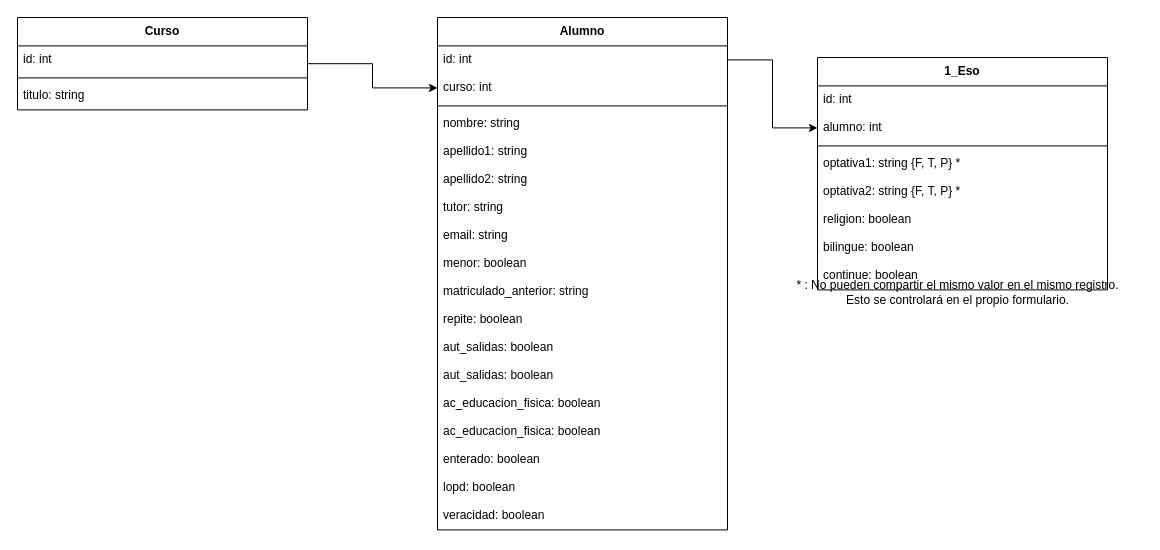
Before: Proyecto-Matricula-Online.drawio in Buhuk/diagramas, a draw.io diagram. Source tidied: cells renumbered, new cells numbered last; positions are measured from the earlier drawing's top-left corner, leaving out a move shared by most shapes. Both pictures are drawn from the tidied source at 100%, with x=0, y=0 at pixel (17, 17).
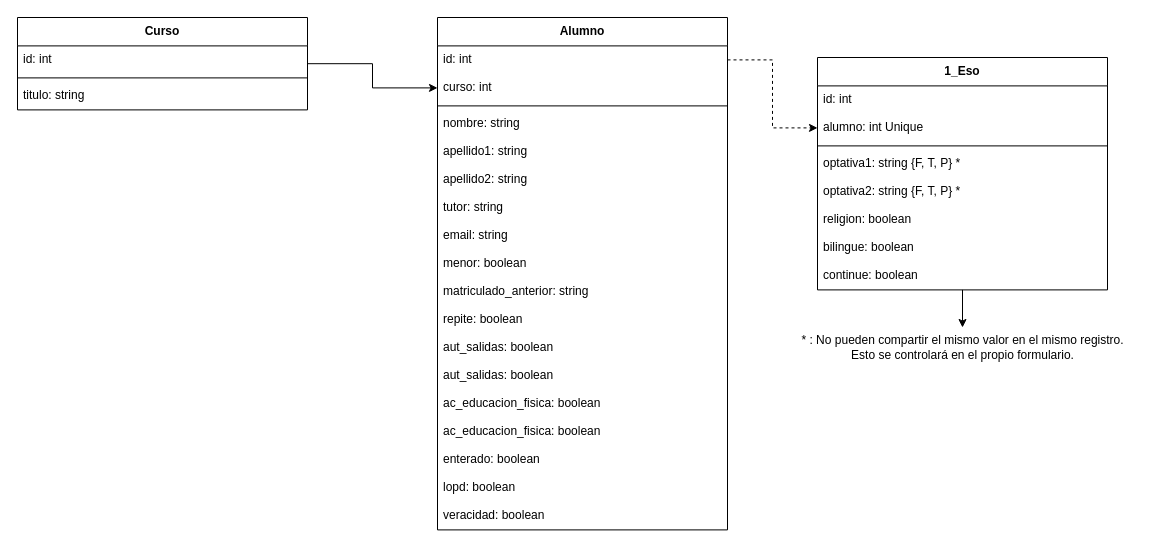
After the change.

Unchanged cells that the change refers to:
```xml
<mxCell id="3" value="id: int" style="text;strokeColor=none;fillColor=none;align=left;verticalAlign=top;spacingLeft=4;spacingRight=4;overflow=hidden;points=[[0,0.5],[1,0.5]];portConstraint=eastwest;" parent="2" vertex="1">
  <mxGeometry y="28.4" width="290" height="28" as="geometry" />
</mxCell>
<mxCell id="26" value="1_Eso" style="swimlane;fontStyle=1;align=center;verticalAlign=top;horizontal=1;startSize=28.4;" parent="1" vertex="1">
  <mxGeometry x="800" y="40" width="290" height="232.4" as="geometry" />
</mxCell>
```

Diff of the diagram source:
```diff
@@
+    <mxCell id="37" style="edgeStyle=orthogonalEdgeStyle;rounded=0;jettySize=auto;html=1;" parent="1" edge="1" source="26" target="36">
+      <mxGeometry relative="1" as="geometry" />
+    </mxCell>
@@
-    <mxCell id="28" value="alumno: int" style="text;strokeColor=none;fillColor=none;align=left;verticalAlign=top;spacingLeft=4;spacingRight=4;overflow=hidden;points=[[0,0.5],[1,0.5]];portConstraint=eastwest;" parent="26" vertex="1">
+    <mxCell id="28" value="alumno: int Unique" style="text;strokeColor=none;fillColor=none;align=left;verticalAlign=top;spacingLeft=4;spacingRight=4;overflow=hidden;points=[[0,0.5],[1,0.5]];portConstraint=eastwest;" parent="26" vertex="1">
       <mxGeometry y="56.4" width="290" height="28" as="geometry" />
     </mxCell>
@@
-    <mxCell id="35" style="edgeStyle=orthogonalEdgeStyle;rounded=0;jettySize=auto;html=1;exitX=1;exitY=0.5;exitDx=0;exitDy=0;" parent="1" edge="1" source="3" target="28">
+    <mxCell id="35" style="edgeStyle=orthogonalEdgeStyle;rounded=0;jettySize=auto;html=1;exitX=1;exitY=0.5;exitDx=0;exitDy=0;dashed=1;" parent="1" edge="1" source="3" target="28">
       <mxGeometry relative="1" as="geometry" />
     </mxCell>
     <mxCell id="36" value="* : No pueden compartir el mismo valor en el mismo registro.&lt;br&gt;Esto se controlará en el propio formulario." style="text;html=1;align=center;verticalAlign=middle;points=[];strokeColor=none;fillColor=none;" parent="1" vertex="1">
-      <mxGeometry x="760" y="255" width="360" height="40" as="geometry" />
+      <mxGeometry x="765" y="310" width="360" height="40" as="geometry" />
     </mxCell>
```
